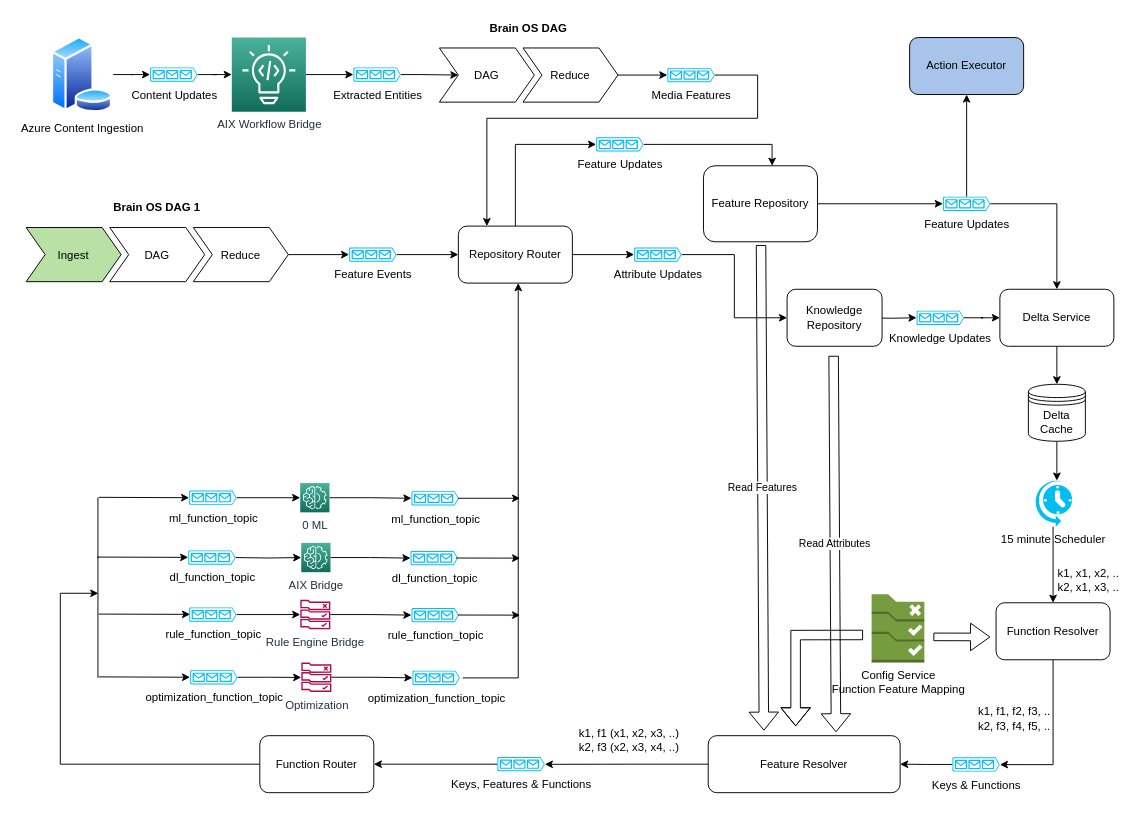
Before: page "feature_lake" (1 of 7) of docs/diagram/BrainOS.drawio in brain-os/brain-proto, a draw.io diagram. Source tidied: cells renumbered, new cells numbered last; positions are measured from the earlier drawing's top-left corner, leaving out a move shared by most shapes. Both pictures are drawn from the tidied source at 95%, with x=0, y=0 at pixel (16, 16).
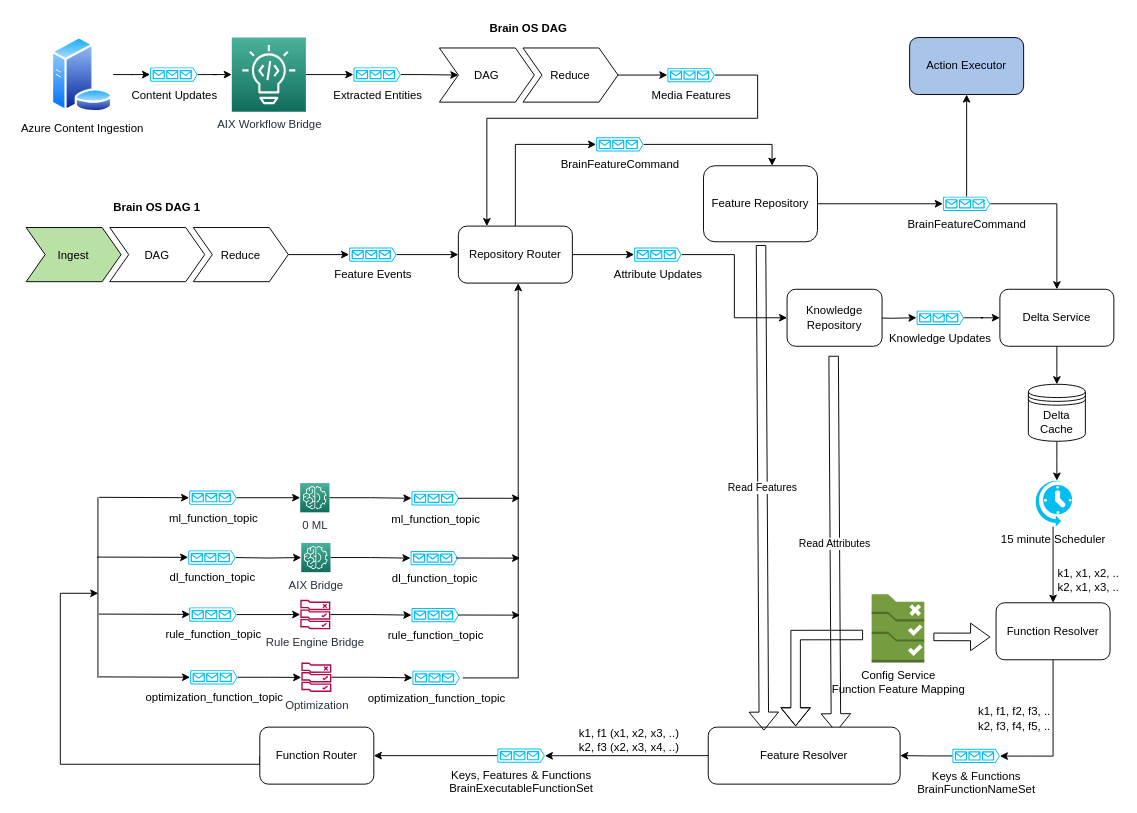
Above is the later version.

The edit, as a diff of the source:
```diff
@@
-    <mxCell id="62" value="Feature Updates" style="verticalLabelPosition=bottom;html=1;verticalAlign=top;align=center;strokeColor=none;fillColor=#00BEF2;shape=mxgraph.azure.queue_generic;" parent="1" vertex="1">
+    <mxCell id="62" value="BrainFeatureCommand" style="verticalLabelPosition=bottom;html=1;verticalAlign=top;align=center;strokeColor=none;fillColor=#00BEF2;shape=mxgraph.azure.queue_generic;" parent="1" vertex="1">
       <mxGeometry x="975" y="189.5" width="50" height="15" as="geometry" />
     </mxCell>
@@
-    <mxCell id="68" value="Keys &amp;amp; Functions" style="verticalLabelPosition=bottom;html=1;verticalAlign=top;align=center;strokeColor=none;fillColor=#00BEF2;shape=mxgraph.azure.queue_generic;" parent="1" vertex="1">
-      <mxGeometry x="985" y="779.7" width="50" height="15" as="geometry" />
+    <mxCell id="68" value="Keys &amp;amp; Functions&lt;br&gt;BrainFunctionNameSet" style="verticalLabelPosition=bottom;html=1;verticalAlign=top;align=center;strokeColor=none;fillColor=#00BEF2;shape=mxgraph.azure.queue_generic;" parent="1" vertex="1">
+      <mxGeometry x="985" y="770.7" width="50" height="15" as="geometry" />
     </mxCell>
@@
     <mxCell id="70" value="Feature Resolver" style="rounded=1;whiteSpace=wrap;html=1;" parent="1" vertex="1">
-      <mxGeometry x="728" y="756.9" width="202" height="60" as="geometry" />
+      <mxGeometry x="728" y="747.9" width="202" height="60" as="geometry" />
     </mxCell>
@@
     <mxCell id="72" value="Function Router" style="rounded=1;whiteSpace=wrap;html=1;" parent="1" vertex="1">
-      <mxGeometry x="256" y="756.9" width="120" height="60" as="geometry" />
+      <mxGeometry x="256" y="747.9" width="120" height="60" as="geometry" />
     </mxCell>
@@
-    <mxCell id="74" value="Keys, Features &amp;amp; Functions" style="verticalLabelPosition=bottom;html=1;verticalAlign=top;align=center;strokeColor=none;fillColor=#00BEF2;shape=mxgraph.azure.queue_generic;" parent="1" vertex="1">
-      <mxGeometry x="506" y="779.4" width="50" height="15" as="geometry" />
+    <mxCell id="74" value="Keys, Features &amp;amp; Functions&lt;br&gt;BrainExecutableFunctionSet" style="verticalLabelPosition=bottom;html=1;verticalAlign=top;align=center;strokeColor=none;fillColor=#00BEF2;shape=mxgraph.azure.queue_generic;" parent="1" vertex="1">
+      <mxGeometry x="506" y="770.4" width="50" height="15" as="geometry" />
     </mxCell>
@@
-    <mxCell id="84" value="Feature Updates" style="verticalLabelPosition=bottom;html=1;verticalAlign=top;align=center;strokeColor=none;fillColor=#00BEF2;shape=mxgraph.azure.queue_generic;" parent="1" vertex="1">
+    <mxCell id="84" value="BrainFeatureCommand" style="verticalLabelPosition=bottom;html=1;verticalAlign=top;align=center;strokeColor=none;fillColor=#00BEF2;shape=mxgraph.azure.queue_generic;" parent="1" vertex="1">
       <mxGeometry x="610" y="127" width="50" height="15" as="geometry" />
     </mxCell>
```
